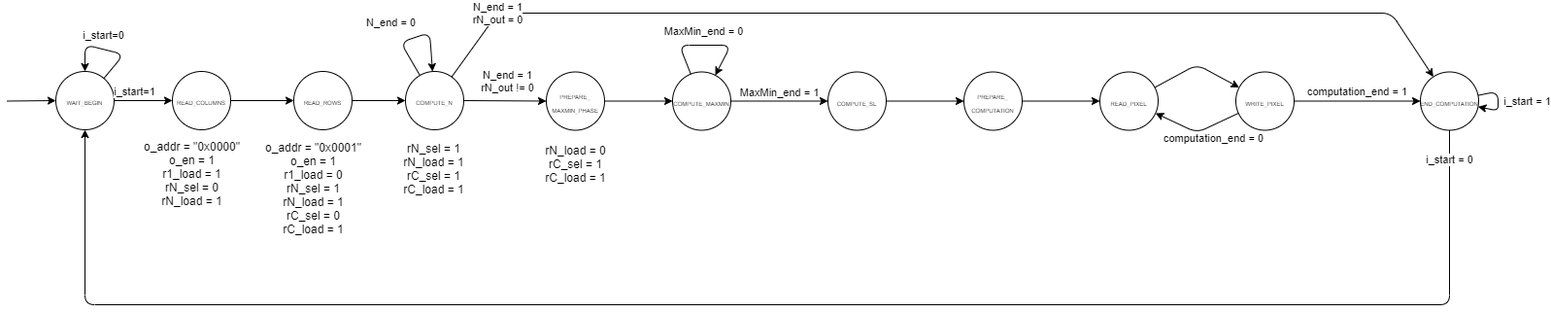
Before: datapaths/FSM.png, a diagram exported from draw.io (EmilioCorigliano/Progetto-Reti-Logiche-20-21). Source tidied: cells renumbered, new cells last; positions are measured from the earlier drawing's top-left corner, leaving out a move shared by most shapes.
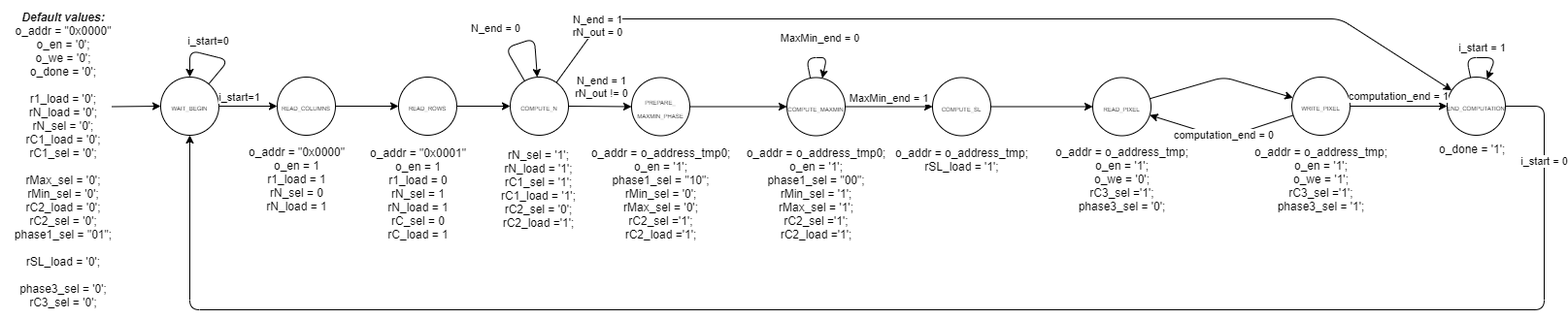
After the change.

What changed in the source:
```diff
@@ -47,8 +47,8 @@
     <mxCell id="13" value="&lt;font style=&quot;font-size: 6px&quot;&gt;COMPUTE_N&lt;/font&gt;" style="ellipse;whiteSpace=wrap;html=1;" parent="1" vertex="1">
       <mxGeometry x="410" y="60" width="60" height="60" as="geometry" />
     </mxCell>
-    <mxCell id="14" value="rN_sel = 1&lt;br&gt;rN_load = 1&lt;br&gt;rC_sel = 1&lt;br&gt;rC_load = 1" style="text;html=1;align=center;verticalAlign=middle;" parent="1" vertex="1">
-      <mxGeometry x="399" y="130" width="80" height="60" as="geometry" />
+    <mxCell id="14" value="&lt;div&gt;rN_sel = '1';&lt;/div&gt;&lt;div&gt;rN_load = '1';&lt;/div&gt;&lt;div&gt;&lt;span&gt;rC1_sel = '1';&lt;/span&gt;&lt;br&gt;&lt;/div&gt;&lt;div&gt;rC1_load = '1';&lt;/div&gt;&lt;div&gt;&lt;span&gt;rC2_sel = '0';&lt;/span&gt;&lt;/div&gt;&lt;div&gt;rC2_load ='1';&lt;/div&gt;" style="text;html=1;align=center;verticalAlign=middle;" parent="1" vertex="1">
+      <mxGeometry x="394" y="130" width="90" height="90" as="geometry" />
     </mxCell>
     <mxCell id="15" value="N_end = 0" style="endArrow=classic;html=1;" parent="1" edge="1" source="13" target="13">
       <mxGeometry x="-0.29" y="22" relative="1" as="geometry">
@@ -60,24 +60,23 @@
       </mxGeometry>
     </mxCell>
     <mxCell id="16" value="&lt;font style=&quot;font-size: 6px&quot;&gt;PREPARE_&lt;br&gt;MAXMIN_PHASE&lt;/font&gt;" style="ellipse;whiteSpace=wrap;html=1;" parent="1" vertex="1">
-      <mxGeometry x="555" y="60.5" width="60" height="60" as="geometry" />
+      <mxGeometry x="535" y="60.5" width="60" height="60" as="geometry" />
     </mxCell>
     <mxCell id="17" value="N_end = 1&lt;br&gt;rN_out != 0" style="endArrow=classic;html=1;" parent="1" edge="1" source="13" target="16">
       <mxGeometry x="0.06" y="20" relative="1" as="geometry" />
     </mxCell>
-    <mxCell id="18" value="rN_load = 0&lt;br&gt;rC_sel = 1&lt;br&gt;rC_load = 1" style="text;html=1;align=center;verticalAlign=middle;" parent="1" vertex="1">
-      <mxGeometry x="545" y="130" width="80" height="50" as="geometry" />
+    <mxCell id="18" value="&lt;div&gt;o_addr = o_address_tmp0;&lt;br&gt;&lt;/div&gt;&lt;div&gt;o_en = '1';&lt;/div&gt;&lt;div&gt;&lt;span&gt;phase1_sel = &quot;10&quot;;&lt;/span&gt;&lt;/div&gt;&lt;div&gt;rMin_sel = '0';&lt;/div&gt;&lt;div&gt;rMax_sel = '0';&lt;/div&gt;&lt;div&gt;rC2_sel ='1';&lt;/div&gt;&lt;div&gt;rC2_load ='1';&lt;/div&gt;" style="text;html=1;align=center;verticalAlign=middle;" parent="1" vertex="1">
+      <mxGeometry x="485" y="130" width="160" height="100" as="geometry" />
     </mxCell>
     <mxCell id="19" value="&lt;font style=&quot;font-size: 6px&quot;&gt;COMPUTE_MAXMIN&lt;/font&gt;" style="ellipse;whiteSpace=wrap;html=1;" parent="1" vertex="1">
-      <mxGeometry x="685" y="60.5" width="60" height="60" as="geometry" />
+      <mxGeometry x="695" y="60.5" width="60" height="60" as="geometry" />
     </mxCell>
     <mxCell id="20" value="MaxMin_end = 0" style="endArrow=classic;html=1;" parent="1" edge="1" source="19" target="19">
-      <mxGeometry x="-0.05" y="15" relative="1" as="geometry">
+      <mxGeometry x="0.11" y="20" relative="1" as="geometry">
         <Array as="points">
-          <mxPoint x="692" y="33" />
-          <mxPoint x="745" y="33" />
+          <mxPoint x="715" y="40" />
+          <mxPoint x="736" y="40" />
         </Array>
-        <mxPoint y="1" as="offset" />
       </mxGeometry>
     </mxCell>
     <mxCell id="21" value="MaxMin_end = 1" style="endArrow=classic;html=1;" parent="1" edge="1" source="19" target="23">
@@ -89,38 +88,31 @@
     <mxCell id="23" value="&lt;span style=&quot;font-size: 6px&quot;&gt;COMPUTE_SL&lt;/span&gt;" style="ellipse;whiteSpace=wrap;html=1;" parent="1" vertex="1">
       <mxGeometry x="845" y="60.5" width="60" height="60" as="geometry" />
     </mxCell>
-    <mxCell id="24" value="&lt;span style=&quot;font-size: 6px&quot;&gt;PREPARE_&lt;br&gt;COMPUTATION&lt;/span&gt;" style="ellipse;whiteSpace=wrap;html=1;" parent="1" vertex="1">
-      <mxGeometry x="985" y="60.5" width="60" height="60" as="geometry" />
-    </mxCell>
-    <mxCell id="25" style="endArrow=classic;html=1;" parent="1" edge="1" source="23" target="24">
+    <mxCell id="25" style="endArrow=classic;html=1;" parent="1" edge="1" source="23" target="26">
       <mxGeometry y="10" relative="1" as="geometry" />
     </mxCell>
     <mxCell id="26" value="&lt;span style=&quot;font-size: 6px&quot;&gt;READ_PIXEL&lt;/span&gt;" style="ellipse;whiteSpace=wrap;html=1;" parent="1" vertex="1">
-      <mxGeometry x="1125" y="60.5" width="60" height="60" as="geometry" />
+      <mxGeometry x="1010" y="60.5" width="60" height="60" as="geometry" />
     </mxCell>
     <mxCell id="27" value="&lt;span style=&quot;font-size: 6px&quot;&gt;WRITE_PIXEL&lt;/span&gt;" style="ellipse;whiteSpace=wrap;html=1;" parent="1" vertex="1">
-      <mxGeometry x="1265" y="60.5" width="60" height="60" as="geometry" />
+      <mxGeometry x="1215" y="60" width="60" height="60" as="geometry" />
     </mxCell>
     <mxCell id="28" style="endArrow=classic;html=1;" parent="1" edge="1" source="26" target="27">
       <mxGeometry y="10" relative="1" as="geometry">
         <Array as="points">
-          <mxPoint x="1225" y="53" />
+          <mxPoint x="1145" y="60" />
         </Array>
       </mxGeometry>
     </mxCell>
-    <mxCell id="29" style="endArrow=classic;html=1;" parent="1" edge="1" source="24" target="26">
-      <mxGeometry y="10" relative="1" as="geometry" />
-    </mxCell>
     <mxCell id="30" value="computation_end = 0" style="endArrow=classic;html=1;" parent="1" edge="1" source="27" target="26">
-      <mxGeometry x="-0.19" y="10" relative="1" as="geometry">
+      <mxGeometry x="-0.03" y="-3" relative="1" as="geometry">
         <Array as="points">
-          <mxPoint x="1225" y="123" />
+          <mxPoint x="1145" y="123" />
         </Array>
-        <mxPoint x="4" y="1" as="offset" />
       </mxGeometry>
     </mxCell>
     <mxCell id="31" value="&lt;span style=&quot;font-size: 6px&quot;&gt;END_COMPUTATION&lt;/span&gt;" style="ellipse;whiteSpace=wrap;html=1;" parent="1" vertex="1">
-      <mxGeometry x="1455" y="60.5" width="60" height="60" as="geometry" />
+      <mxGeometry x="1375" y="60" width="60" height="60" as="geometry" />
     </mxCell>
     <mxCell id="32" value="&lt;span style=&quot;color: rgb(0 , 0 , 0) ; font-family: &amp;#34;helvetica&amp;#34; ; font-size: 11px ; font-style: normal ; font-weight: 400 ; letter-spacing: normal ; text-align: center ; text-indent: 0px ; text-transform: none ; word-spacing: 0px ; background-color: rgb(255 , 255 , 255) ; display: inline ; float: none&quot;&gt;computation_end = 1&lt;/span&gt;" style="endArrow=classic;html=1;" parent="1" edge="1" source="27" target="31">
       <mxGeometry y="10" relative="1" as="geometry" />
@@ -129,21 +121,44 @@
       <mxGeometry x="-0.85" relative="1" as="geometry">
         <Array as="points">
           <mxPoint x="505" />
-          <mxPoint x="1425" />
+          <mxPoint x="1265" />
         </Array>
       </mxGeometry>
     </mxCell>
     <mxCell id="34" value="&lt;font face=&quot;helvetica&quot;&gt;i_start = 0&lt;/font&gt;" style="endArrow=classic;html=1;" parent="1" edge="1" source="31" target="2">
-      <mxGeometry x="-0.97" relative="1" as="geometry">
+      <mxGeometry x="-0.89" relative="1" as="geometry">
         <Array as="points">
-          <mxPoint x="1485" y="300" />
+          <mxPoint x="1475" y="90" />
+          <mxPoint x="1475" y="300" />
           <mxPoint x="80" y="300" />
         </Array>
-        <mxPoint y="1" as="offset" />
       </mxGeometry>
     </mxCell>
     <mxCell id="35" value="&lt;span style=&quot;color: rgb(0 , 0 , 0) ; font-family: &amp;#34;helvetica&amp;#34; ; font-size: 11px ; font-style: normal ; font-weight: 400 ; letter-spacing: normal ; text-align: center ; text-indent: 0px ; text-transform: none ; word-spacing: 0px ; background-color: rgb(255 , 255 , 255) ; display: inline ; float: none&quot;&gt;i_start = 1&lt;/span&gt;" style="endArrow=classic;html=1;" parent="1" edge="1" source="31" target="31">
-      <mxGeometry y="30" relative="1" as="geometry" />
+      <mxGeometry y="10" relative="1" as="geometry">
+        <Array as="points">
+          <mxPoint x="1395" y="40" />
+          <mxPoint x="1425" y="40" />
+        </Array>
+      </mxGeometry>
     </mxCell>
+    <mxCell id="36" value="&lt;div&gt;o_addr = o_address_tmp0;&lt;br&gt;&lt;/div&gt;&lt;div&gt;o_en = '1';&lt;/div&gt;&lt;div&gt;&lt;span&gt;phase1_sel = &quot;00&quot;;&lt;/span&gt;&lt;br&gt;&lt;/div&gt;&lt;div&gt;rMin_sel = '1';&lt;/div&gt;&lt;div&gt;rMax_sel = '1';&lt;/div&gt;&lt;div&gt;rC2_sel ='1';&lt;/div&gt;&lt;div&gt;rC2_load ='1';&lt;/div&gt;" style="text;html=1;align=center;verticalAlign=middle;" parent="1" vertex="1">
+      <mxGeometry x="645" y="130" width="160" height="100" as="geometry" />
+    </mxCell>
+    <mxCell id="37" value="&lt;div&gt;&lt;span&gt;o_addr = o_address_tmp;&lt;br&gt;&lt;/span&gt;&lt;/div&gt;&lt;div&gt;&lt;span&gt;rSL_load = '1';&lt;/span&gt;&lt;br&gt;&lt;/div&gt;" style="text;html=1;align=center;verticalAlign=middle;" parent="1" vertex="1">
+      <mxGeometry x="800" y="130" width="150" height="30" as="geometry" />
+    </mxCell>
+    <mxCell id="38" value="&lt;div&gt;o_addr = o_address_tmp;&lt;br&gt;&lt;/div&gt;&lt;div&gt;o_en = '1';&lt;/div&gt;&lt;div&gt;o_we = '0';&lt;/div&gt;&lt;div&gt;rC3_sel ='1';&lt;/div&gt;&lt;div&gt;phase3_sel = '0';&lt;/div&gt;" style="text;html=1;align=center;verticalAlign=middle;" parent="1" vertex="1">
+      <mxGeometry x="965" y="130" width="150" height="70" as="geometry" />
+    </mxCell>
+    <mxCell id="39" value="&lt;div&gt;o_addr = o_address_tmp;&lt;br&gt;&lt;/div&gt;&lt;div&gt;o_en = '1';&lt;/div&gt;&lt;div&gt;o_we = '1';&lt;/div&gt;&lt;div&gt;rC3_sel ='1';&lt;/div&gt;&lt;div&gt;phase3_sel = '1';&lt;/div&gt;" style="text;html=1;align=center;verticalAlign=middle;" parent="1" vertex="1">
+      <mxGeometry x="1170" y="130" width="150" height="70" as="geometry" />
+    </mxCell>
+    <mxCell id="40" value="o_done = '1';" style="text;whiteSpace=wrap;html=1;" parent="1" vertex="1">
+      <mxGeometry x="1365" y="120.5" width="80" height="30" as="geometry" />
+    </mxCell>
+    <mxCell id="41" value="&lt;b&gt;&lt;i&gt;Default values:&lt;/i&gt;&lt;/b&gt;&lt;br&gt;&lt;p style=&quot;margin: 0px&quot;&gt;&lt;span&gt;o_addr = &quot;0x0000&quot;&lt;/span&gt;&lt;br&gt;&lt;/p&gt;&lt;p style=&quot;margin: 0px&quot;&gt;o_en = '0';&lt;/p&gt;&lt;p style=&quot;margin: 0px&quot;&gt;o_we = '0';&lt;/p&gt;&lt;p style=&quot;margin: 0px&quot;&gt;o_done = '0';&lt;/p&gt;&lt;p style=&quot;margin: 0px&quot;&gt;&lt;br&gt;&lt;/p&gt;&lt;p style=&quot;margin: 0px&quot;&gt;r1_load = '0';&lt;/p&gt;&lt;p style=&quot;margin: 0px&quot;&gt;rN_load = '0';&lt;/p&gt;&lt;p style=&quot;margin: 0px&quot;&gt;rN_sel = '0';&lt;/p&gt;&lt;p style=&quot;margin: 0px&quot;&gt;rC1_load = '0';&lt;/p&gt;&lt;p style=&quot;margin: 0px&quot;&gt;rC1_sel = '0';&lt;/p&gt;&lt;p style=&quot;margin: 0px&quot;&gt;&lt;br&gt;&lt;/p&gt;&lt;p style=&quot;margin: 0px&quot;&gt;rMax_sel = '0';&lt;/p&gt;&lt;p style=&quot;margin: 0px&quot;&gt;rMin_sel = '0';&lt;/p&gt;&lt;p style=&quot;margin: 0px&quot;&gt;rC2_load = '0';&lt;/p&gt;&lt;p style=&quot;margin: 0px&quot;&gt;rC2_sel = '0';&lt;/p&gt;&lt;p style=&quot;margin: 0px&quot;&gt;phase1_sel = &quot;01&quot;;&lt;/p&gt;&lt;p style=&quot;margin: 0px&quot;&gt;&lt;br&gt;&lt;/p&gt;&lt;p style=&quot;margin: 0px&quot;&gt;rSL_load = '0';&lt;/p&gt;&lt;p style=&quot;margin: 0px&quot;&gt;&lt;br&gt;&lt;/p&gt;&lt;p style=&quot;margin: 0px&quot;&gt;phase3_sel = '0';&lt;/p&gt;&lt;p style=&quot;margin: 0px&quot;&gt;rC3_sel = '0';&lt;/p&gt;" style="text;html=1;strokeColor=none;fillColor=none;align=center;verticalAlign=middle;whiteSpace=wrap;rounded=0;" parent="1" vertex="1">
+      <mxGeometry x="-115" y="-18.8" width="130" height="327.5" as="geometry" />
+    </mxCell>
   </root>
 </mxGraphModel>
```
